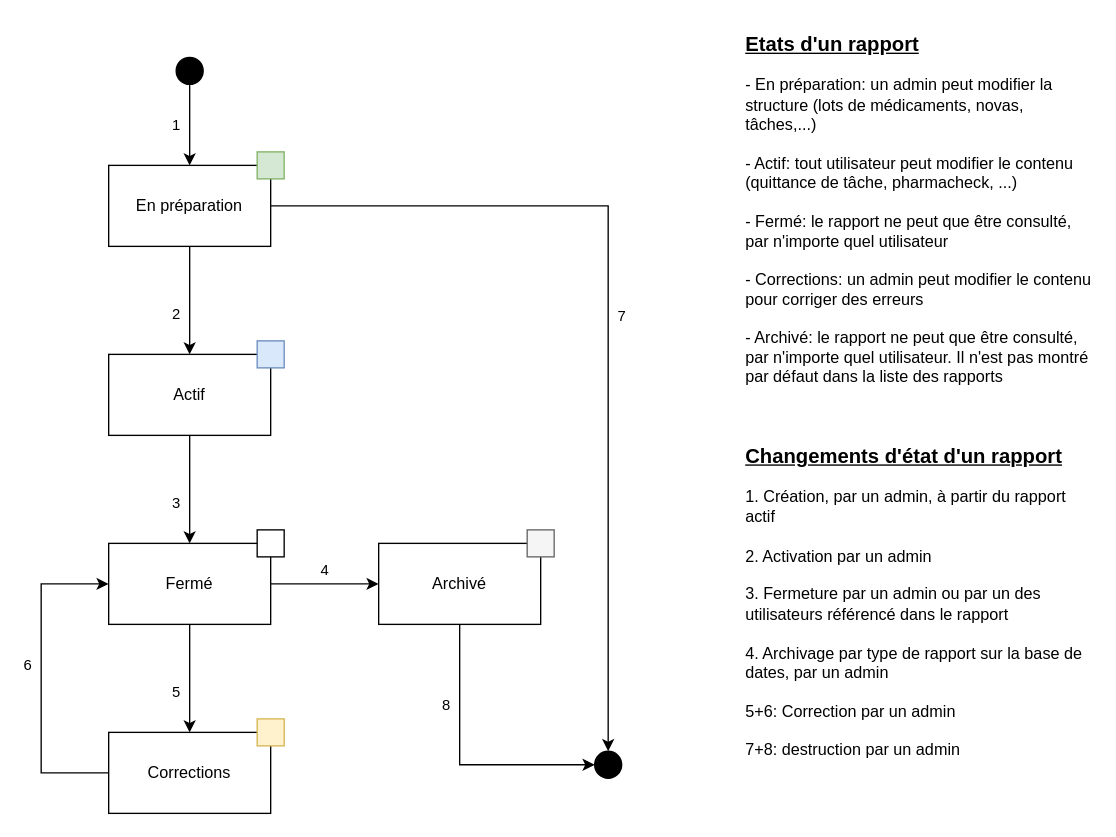
Above: doc/Etats des rapports.drawio in failloub5/CSUNVB (draw.io), before the change. Source tidied: cells renumbered, new cells numbered last; positions are measured from the earlier drawing's top-left corner, leaving out a move shared by most shapes. Both pictures are drawn from the tidied source at 135%, with x=0, y=0 at pixel (40, 23).
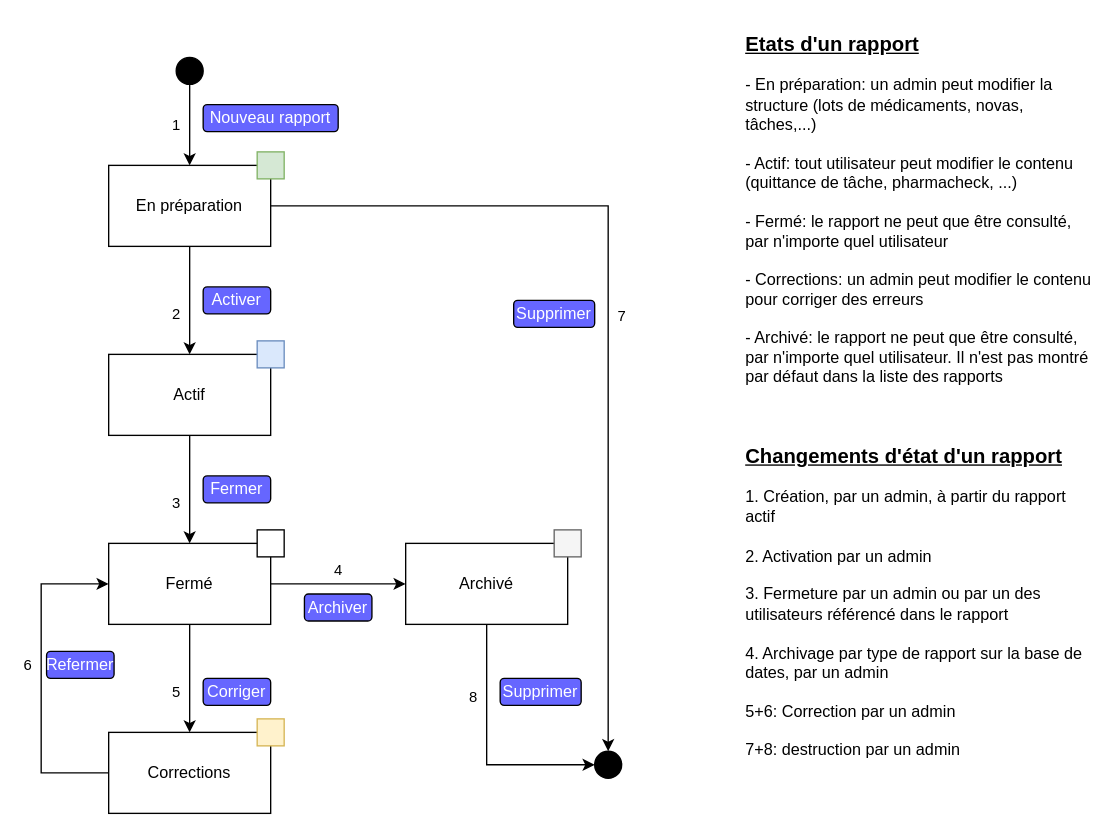
After the change.

Commit message (it also covers changes not shown here):
Affichager des boutons d'action dans le diagramme d'état des rapports

The edit, as a diff of the source:
```diff
@@
     <mxCell id="12" value="Archivé" style="rounded=0;whiteSpace=wrap;html=1;fillColor=#FFFFFF;" parent="1" vertex="1">
-      <mxGeometry x="250" y="385" width="120" height="60" as="geometry" />
+      <mxGeometry x="270" y="385" width="120" height="60" as="geometry" />
     </mxCell>
@@
     <mxCell id="21" style="whiteSpace=wrap;html=1;fillColor=#f5f5f5;strokeColor=#666666;fontColor=#333333;" parent="1" vertex="1">
-      <mxGeometry x="360" y="375" width="20" height="20" as="geometry" />
+      <mxGeometry x="380" y="375" width="20" height="20" as="geometry" />
     </mxCell>
@@
+    <mxCell id="24" value="Nouveau rapport" style="rounded=1;whiteSpace=wrap;html=1;fillColor=#6666FF;fontColor=#FFFFFF;" parent="1" vertex="1">
+      <mxGeometry x="120" y="60" width="100" height="20" as="geometry" />
+    </mxCell>
+    <mxCell id="25" value="Activer" style="rounded=1;whiteSpace=wrap;html=1;fillColor=#6666FF;fontColor=#FFFFFF;" parent="1" vertex="1">
+      <mxGeometry x="120" y="195" width="50" height="20" as="geometry" />
+    </mxCell>
+    <mxCell id="26" value="Fermer" style="rounded=1;whiteSpace=wrap;html=1;fillColor=#6666FF;fontColor=#FFFFFF;" parent="1" vertex="1">
+      <mxGeometry x="120" y="335" width="50" height="20" as="geometry" />
+    </mxCell>
+    <mxCell id="27" value="Corriger" style="rounded=1;whiteSpace=wrap;html=1;fillColor=#6666FF;fontColor=#FFFFFF;" parent="1" vertex="1">
+      <mxGeometry x="120" y="485" width="50" height="20" as="geometry" />
+    </mxCell>
+    <mxCell id="28" value="Refermer" style="rounded=1;whiteSpace=wrap;html=1;fillColor=#6666FF;fontColor=#FFFFFF;" parent="1" vertex="1">
+      <mxGeometry x="4" y="465" width="50" height="20" as="geometry" />
+    </mxCell>
+    <mxCell id="29" value="Archiver" style="rounded=1;whiteSpace=wrap;html=1;fillColor=#6666FF;fontColor=#FFFFFF;" parent="1" vertex="1">
+      <mxGeometry x="195" y="422.5" width="50" height="20" as="geometry" />
+    </mxCell>
+    <mxCell id="30" value="Supprimer" style="rounded=1;whiteSpace=wrap;html=1;fillColor=#6666FF;fontColor=#FFFFFF;" parent="1" vertex="1">
+      <mxGeometry x="340" y="485" width="60" height="20" as="geometry" />
+    </mxCell>
+    <mxCell id="31" value="Supprimer" style="rounded=1;whiteSpace=wrap;html=1;fillColor=#6666FF;fontColor=#FFFFFF;" parent="1" vertex="1">
+      <mxGeometry x="350" y="205" width="60" height="20" as="geometry" />
+    </mxCell>
```
